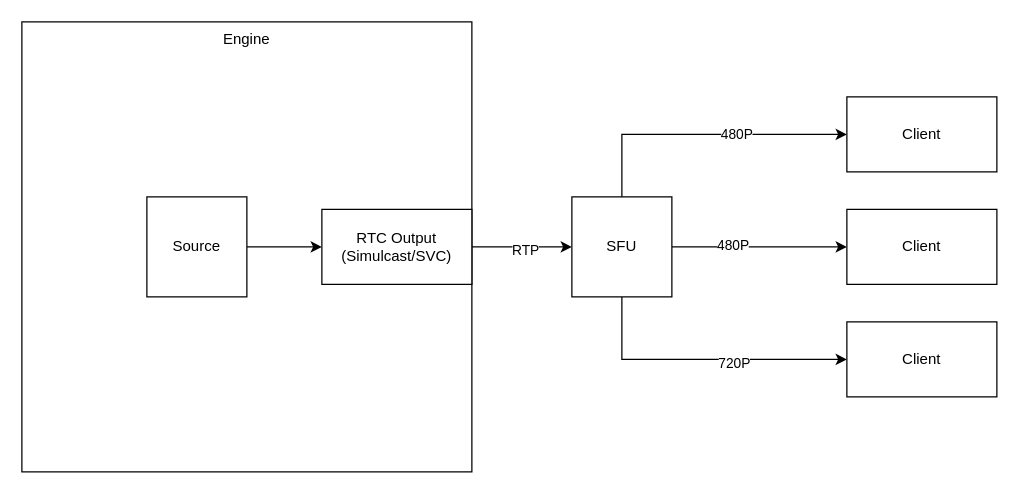
Before: page "Page-2" (2 of 11) of Untitled Diagram2.drawio in craterone/imgs, a draw.io diagram. Source tidied: cells renumbered, new cells numbered last; positions are measured from the earlier drawing's top-left corner, leaving out a move shared by most shapes. Both pictures are drawn from the tidied source at 125%, with x=0, y=0 at pixel (21, 21).
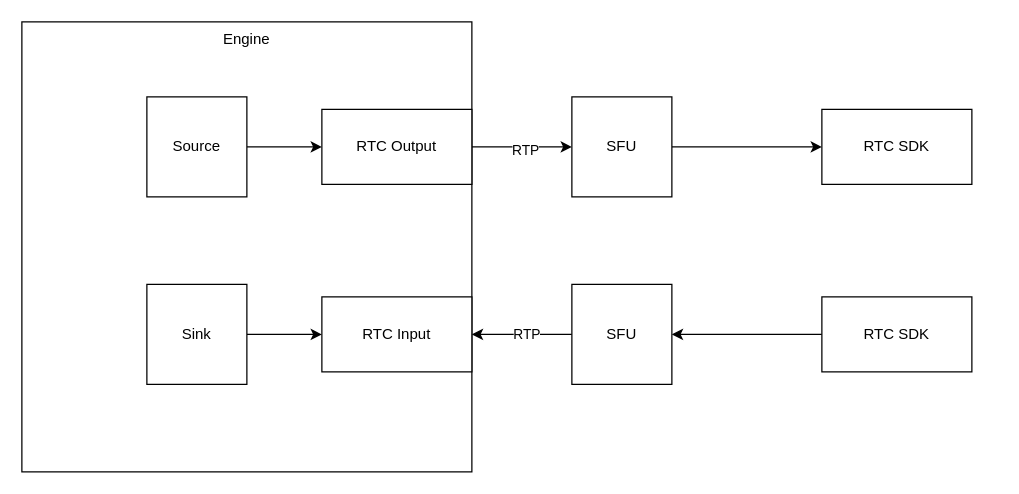
The same page after the edit.

Diff of the diagram source:
```diff
@@
 <mxGraphModel>
   <root>
     <mxCell id="0" />
     <mxCell id="1" parent="0" />
     <mxCell id="2" value="Engine" style="whiteSpace=wrap;html=1;verticalAlign=top;" parent="1" vertex="1">
       <mxGeometry width="360" height="360" as="geometry" />
     </mxCell>
     <mxCell id="3" style="edgeStyle=orthogonalEdgeStyle;rounded=0;jettySize=auto;html=1;entryX=0;entryY=0.5;entryDx=0;entryDy=0;startArrow=none;startFill=0;" parent="1" edge="1" source="5" target="17">
       <mxGeometry relative="1" as="geometry" />
     </mxCell>
     <mxCell id="4" value="RTP" style="edgeLabel;html=1;align=center;verticalAlign=middle;" parent="3" vertex="1">
       <mxGeometry x="0.06" y="-2" relative="1" as="geometry" />
     </mxCell>
-    <mxCell id="5" value="RTC Output&lt;br&gt;(Simulcast/SVC)" style="rounded=0;whiteSpace=wrap;html=1;" parent="1" vertex="1">
-      <mxGeometry x="240" y="150" width="120" height="60" as="geometry" />
+    <mxCell id="5" value="RTC Output&lt;br&gt;" style="rounded=0;whiteSpace=wrap;html=1;" parent="1" vertex="1">
+      <mxGeometry x="240" y="70" width="120" height="60" as="geometry" />
     </mxCell>
-    <mxCell id="6" value="&lt;span&gt;Client&lt;/span&gt;" style="rounded=0;whiteSpace=wrap;html=1;" parent="1" vertex="1">
-      <mxGeometry x="660" y="150" width="120" height="60" as="geometry" />
-    </mxCell>
+    <mxCell id="18" style="edgeStyle=orthogonalEdgeStyle;rounded=0;jettySize=auto;html=1;entryX=1;entryY=0.5;entryDx=0;entryDy=0;" parent="1" edge="1" source="7" target="24">
+      <mxGeometry relative="1" as="geometry" />
+    </mxCell>
-    <mxCell id="7" value="&lt;span&gt;Client&lt;/span&gt;" style="rounded=0;whiteSpace=wrap;html=1;" parent="1" vertex="1">
-      <mxGeometry x="660" y="240" width="120" height="60" as="geometry" />
+    <mxCell id="7" value="&lt;span&gt;RTC SDK&lt;/span&gt;" style="rounded=0;whiteSpace=wrap;html=1;" parent="1" vertex="1">
+      <mxGeometry x="640" y="220" width="120" height="60" as="geometry" />
     </mxCell>
-    <mxCell id="8" value="Client" style="rounded=0;whiteSpace=wrap;html=1;" parent="1" vertex="1">
-      <mxGeometry x="660" y="60" width="120" height="60" as="geometry" />
+    <mxCell id="8" value="RTC SDK" style="rounded=0;whiteSpace=wrap;html=1;" parent="1" vertex="1">
+      <mxGeometry x="640" y="70" width="120" height="60" as="geometry" />
     </mxCell>
     <mxCell id="9" style="edgeStyle=orthogonalEdgeStyle;rounded=0;jettySize=auto;html=1;exitX=1;exitY=0.5;exitDx=0;exitDy=0;entryX=0;entryY=0.5;entryDx=0;entryDy=0;startArrow=none;startFill=0;" parent="1" edge="1" source="10" target="5">
       <mxGeometry relative="1" as="geometry" />
     </mxCell>
     <mxCell id="10" value="Source" style="whiteSpace=wrap;html=1;" parent="1" vertex="1">
-      <mxGeometry x="100" y="140" width="80" height="80" as="geometry" />
+      <mxGeometry x="100" y="60" width="80" height="80" as="geometry" />
     </mxCell>
-    <mxCell id="11" style="edgeStyle=orthogonalEdgeStyle;rounded=0;jettySize=auto;html=1;entryX=0;entryY=0.5;entryDx=0;entryDy=0;startArrow=none;startFill=0;" parent="1" edge="1" source="17" target="6">
+    <mxCell id="11" style="edgeStyle=orthogonalEdgeStyle;rounded=0;jettySize=auto;html=1;entryX=0;entryY=0.5;entryDx=0;entryDy=0;startArrow=none;startFill=0;" parent="1" edge="1" source="17" target="8">
       <mxGeometry relative="1" as="geometry" />
     </mxCell>
-    <mxCell id="12" value="480P" style="edgeLabel;html=1;align=center;verticalAlign=middle;" parent="11" vertex="1">
-      <mxGeometry x="-0.31" y="2" relative="1" as="geometry" />
-    </mxCell>
-    <mxCell id="13" style="edgeStyle=orthogonalEdgeStyle;rounded=0;jettySize=auto;html=1;exitX=0.5;exitY=0;exitDx=0;exitDy=0;entryX=0;entryY=0.5;entryDx=0;entryDy=0;startArrow=none;startFill=0;" parent="1" edge="1" source="17" target="8">
-      <mxGeometry relative="1" as="geometry" />
-    </mxCell>
-    <mxCell id="14" value="480P" style="edgeLabel;html=1;align=center;verticalAlign=middle;" parent="13" vertex="1">
-      <mxGeometry x="0.23" y="1" relative="1" as="geometry" />
-    </mxCell>
-    <mxCell id="15" style="edgeStyle=orthogonalEdgeStyle;rounded=0;jettySize=auto;html=1;exitX=0.5;exitY=1;exitDx=0;exitDy=0;entryX=0;entryY=0.5;entryDx=0;entryDy=0;startArrow=none;startFill=0;" parent="1" edge="1" source="17" target="7">
-      <mxGeometry relative="1" as="geometry" />
-    </mxCell>
-    <mxCell id="16" value="720P" style="edgeLabel;html=1;align=center;verticalAlign=middle;" parent="15" vertex="1">
-      <mxGeometry x="0.21" y="-2" relative="1" as="geometry" />
-    </mxCell>
     <mxCell id="17" value="SFU" style="whiteSpace=wrap;html=1;" parent="1" vertex="1">
-      <mxGeometry x="440" y="140" width="80" height="80" as="geometry" />
+      <mxGeometry x="440" y="60" width="80" height="80" as="geometry" />
     </mxCell>
+    <mxCell id="19" value="RTC Input" style="rounded=0;whiteSpace=wrap;html=1;" parent="1" vertex="1">
+      <mxGeometry x="240" y="220" width="120" height="60" as="geometry" />
+    </mxCell>
+    <mxCell id="20" style="edgeStyle=orthogonalEdgeStyle;rounded=0;jettySize=auto;html=1;exitX=1;exitY=0.5;exitDx=0;exitDy=0;entryX=0;entryY=0.5;entryDx=0;entryDy=0;startArrow=none;startFill=0;" parent="1" edge="1" source="21" target="19">
+      <mxGeometry relative="1" as="geometry" />
+    </mxCell>
+    <mxCell id="21" value="Sink" style="whiteSpace=wrap;html=1;" parent="1" vertex="1">
+      <mxGeometry x="100" y="210" width="80" height="80" as="geometry" />
+    </mxCell>
+    <mxCell id="22" style="edgeStyle=orthogonalEdgeStyle;rounded=0;jettySize=auto;html=1;entryX=1;entryY=0.5;entryDx=0;entryDy=0;" parent="1" edge="1" source="24" target="19">
+      <mxGeometry relative="1" as="geometry" />
+    </mxCell>
+    <mxCell id="23" value="RTP" style="edgeLabel;html=1;align=center;verticalAlign=middle;" parent="22" vertex="1">
+      <mxGeometry x="-0.07" y="-1" relative="1" as="geometry" />
+    </mxCell>
+    <mxCell id="24" value="SFU" style="whiteSpace=wrap;html=1;" parent="1" vertex="1">
+      <mxGeometry x="440" y="210" width="80" height="80" as="geometry" />
+    </mxCell>
   </root>
 </mxGraphModel>
```
